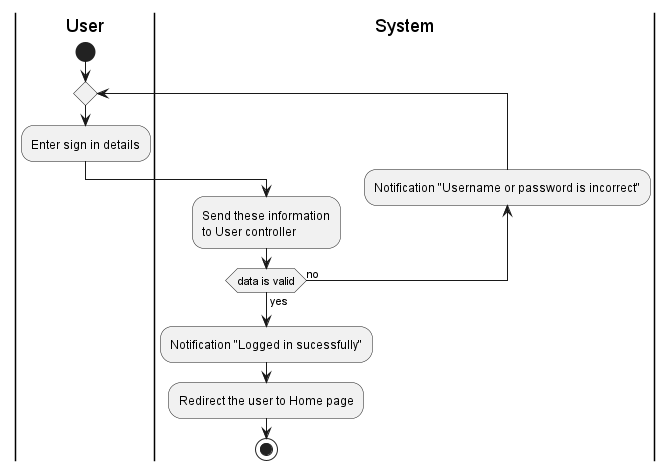
Before: Lab 1.2/img/activity/sign-in.png, a diagram exported from PlantUML (doublek2712/SE357-Pratice-class).
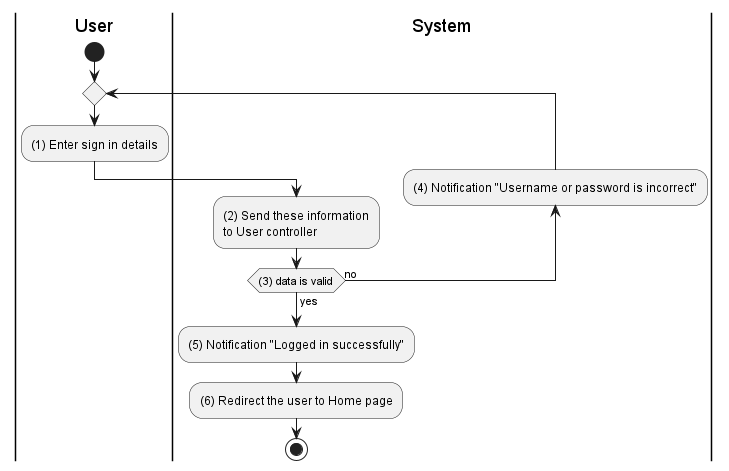
The same file after the commit.

Change to the diagram source:
```diff
@@ -2,13 +2,13 @@
 |User|
 start
 repeat
-:Enter sign in details;
+:(1) Enter sign in details;
 |System|
-:Send these information
+:(2) Send these information
 to User controller;
-backward:Notification "Username or password is incorrect";
-repeat while (data is valid) is (no) not (yes)
-:Notification "Logged in sucessfully";
-:Redirect the user to Home page;
+backward:(4) Notification "Username or password is incorrect";
+repeat while ((3) data is valid) is (no) not (yes)
+:(5) Notification "Logged in successfully";
+:(6) Redirect the user to Home page;
 stop
 @enduml
```
